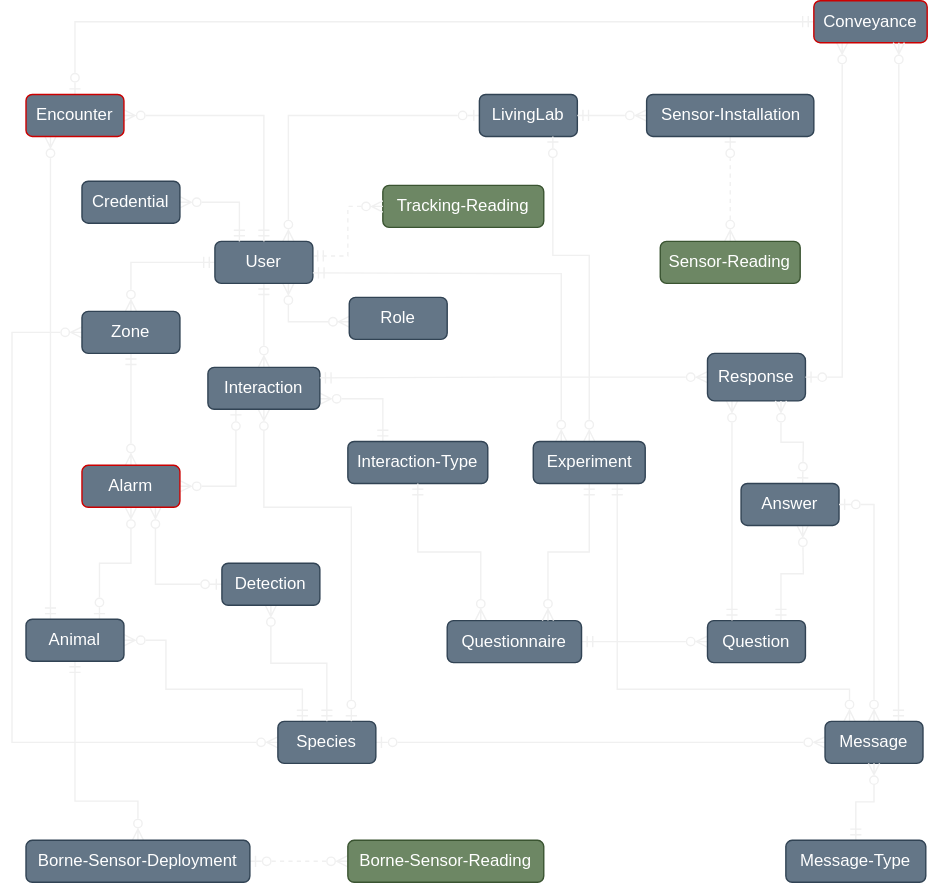
This is EntityRelationDiagram.svg from UtrechtUniversity/wildlifenl, a draw.io export, as it was before one commit. Source tidied: cells renumbered, new cells last; positions are measured from the earlier drawing's top-left corner, leaving out a move shared by most shapes.
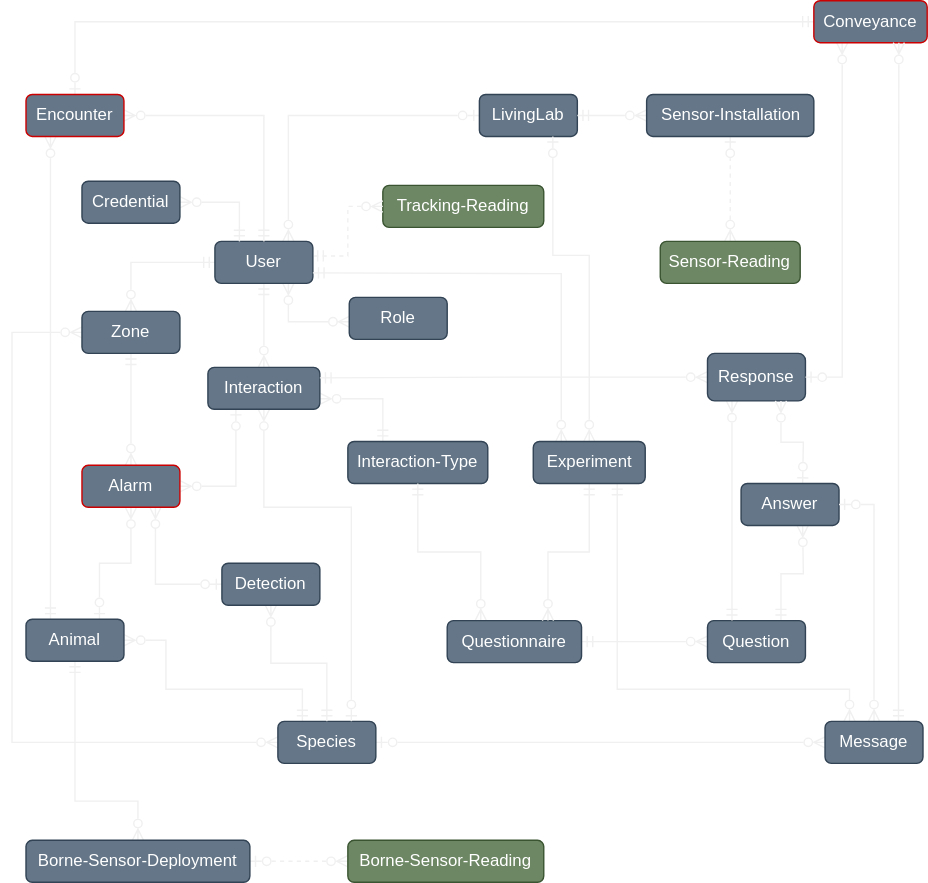
After the change.

The edit, as a diff of the source:
```diff
@@ -176,12 +176,6 @@
     <mxCell id="49" value="Message" style="rounded=1;whiteSpace=wrap;html=1;fillColor=#647687;fontColor=#ffffff;strokeColor=#314354;" parent="1" vertex="1">
       <mxGeometry x="581" y="515" width="70" height="30" as="geometry" />
     </mxCell>
-    <mxCell id="50" style="edgeStyle=orthogonalEdgeStyle;rounded=0;jettySize=auto;html=1;entryX=0.5;entryY=1;entryDx=0;entryDy=0;endArrow=ERzeroToMany;endFill=0;startArrow=ERmandOne;startFill=0;" parent="1" edge="1" source="51" target="49">
-      <mxGeometry relative="1" as="geometry" />
-    </mxCell>
-    <mxCell id="51" value="Message-Type" style="rounded=1;whiteSpace=wrap;html=1;fillColor=#647687;fontColor=#ffffff;strokeColor=#314354;" parent="1" vertex="1">
-      <mxGeometry x="553" y="600" width="100" height="30" as="geometry" />
-    </mxCell>
     <mxCell id="52" value="Borne-Sensor-Deployment" style="rounded=1;whiteSpace=wrap;html=1;fillColor=#647687;fontColor=#ffffff;strokeColor=#314354;" parent="1" vertex="1">
       <mxGeometry x="10" y="600" width="160" height="30" as="geometry" />
     </mxCell>
```
